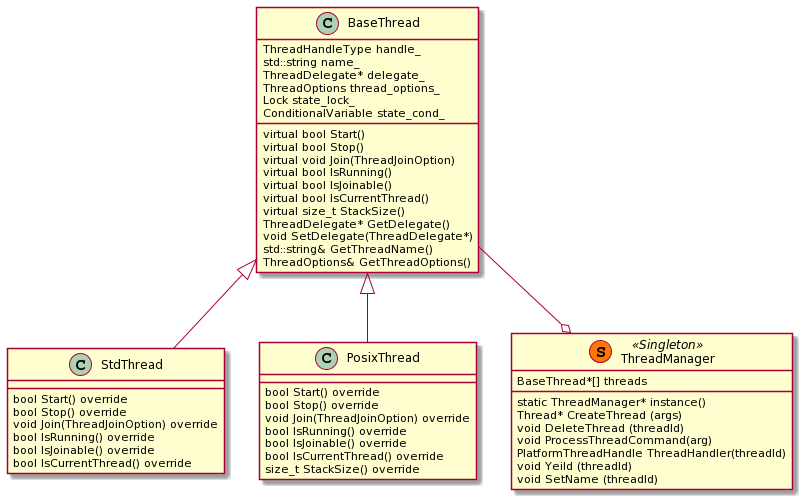
LuxoftSDL/sdl_evolution keeps this PlantUML diagram as assets/proposals/Replace-Thread-implementation/threads_uml.png. Above is the earlier version. Its diagram source:
```plantuml
@startuml
class BaseThread
{

  ThreadHandleType handle_
  std::string name_
  ThreadDelegate* delegate_
  ThreadOptions thread_options_
  Lock state_lock_
  ConditionalVariable state_cond_

  virtual bool Start()
  virtual bool Stop()
  virtual void Join(ThreadJoinOption)
  virtual bool IsRunning()
  virtual bool IsJoinable()
  virtual bool IsCurrentThread()
  virtual size_t StackSize()
  ThreadDelegate* GetDelegate()
  void SetDelegate(ThreadDelegate*)
  std::string& GetThreadName()
  ThreadOptions& GetThreadOptions()
}


class StdThread
{
  bool Start() override
  bool Stop() override
  void Join(ThreadJoinOption) override
  bool IsRunning() override
  bool IsJoinable() override
  bool IsCurrentThread() override
}

class PosixThread
{
  bool Start() override
  bool Stop() override
  void Join(ThreadJoinOption) override
  bool IsRunning() override
  bool IsJoinable() override
  bool IsCurrentThread() override
  size_t StackSize() override
}

class ThreadManager << (S,#FF7700) Singleton >>
{
BaseThread*[] threads
static ThreadManager* instance()
Thread* CreateThread (args)
void DeleteThread (threadId)
void ProcessThreadCommand(arg)
PlatformThreadHandle ThreadHandler(threadId)
void Yeild (threadId)
void SetName (threadId)
}


BaseThread <|-- StdThread
BaseThread <|-- PosixThread
BaseThread --o ThreadManager
@enduml
```
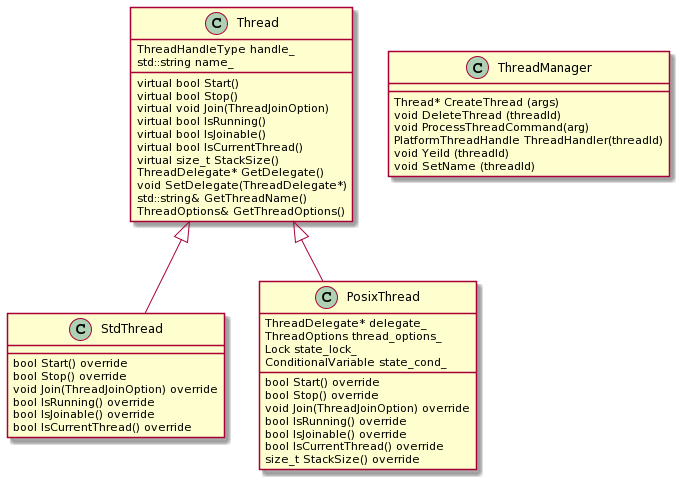
After the change.

Diff of the diagram source:
```diff
@@ -1,13 +1,9 @@
 @startuml
-class BaseThread
+class Thread
 {
 
   ThreadHandleType handle_
   std::string name_
-  ThreadDelegate* delegate_
-  ThreadOptions thread_options_
-  Lock state_lock_
-  ConditionalVariable state_cond_
 
   virtual bool Start()
   virtual bool Stop()
@@ -35,6 +31,10 @@
 
 class PosixThread
 {
+  ThreadDelegate* delegate_
+  ThreadOptions thread_options_
+  Lock state_lock_
+  ConditionalVariable state_cond_
   bool Start() override
   bool Stop() override
   void Join(ThreadJoinOption) override
@@ -44,10 +44,8 @@
   size_t StackSize() override
 }
 
-class ThreadManager << (S,#FF7700) Singleton >>
+class ThreadManager
 {
-BaseThread*[] threads
-static ThreadManager* instance()
 Thread* CreateThread (args)
 void DeleteThread (threadId)
 void ProcessThreadCommand(arg)
@@ -57,7 +55,6 @@
 }
 
 
-BaseThread <|-- StdThread
-BaseThread <|-- PosixThread
-BaseThread --o ThreadManager
+Thread <|-- StdThread
+Thread <|-- PosixThread
 @enduml
```
